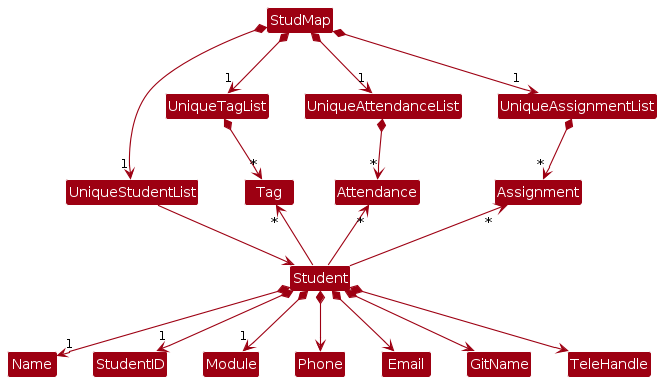
Earlier version of the PlantUML export docs/images/BetterModelClassDiagram.png (nus-cs2103-AY2223S1/tp).
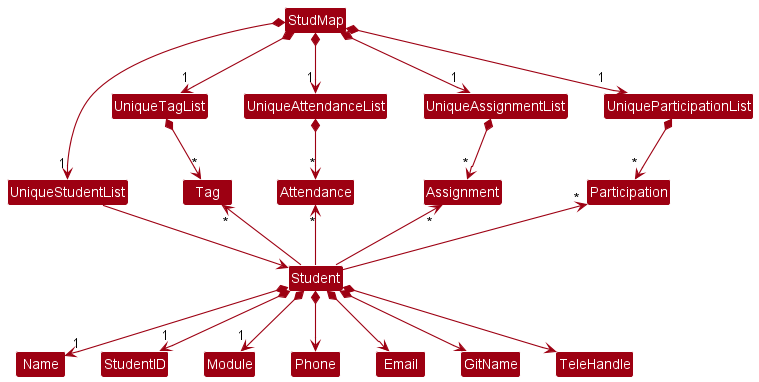
Later version of the same file.

Diff of the diagram source:
```diff
@@ -8,15 +8,18 @@
 StudMap *-down-> "1" UniqueTagList
 StudMap *-down-> "1" UniqueAttendanceList
 StudMap *-down-> "1" UniqueAssignmentList
+StudMap *-down-> "1" UniqueParticipationList
 
 UniqueStudentList -down-> Student
 UniqueTagList *-down-> "*" Tag
 UniqueAttendanceList *-down-> "*" Attendance
 UniqueAssignmentList *-down-> "*" Assignment
+UniqueParticipationList *-down-> "*" Participation
 
 Student -up-> "*" Tag
 Student -up-> "*" Attendance
 Student -up-> "*" Assignment
+Student -up-> "*" Participation
 
 Student *--> "1" Name
 Student *--> "1" StudentID
```
